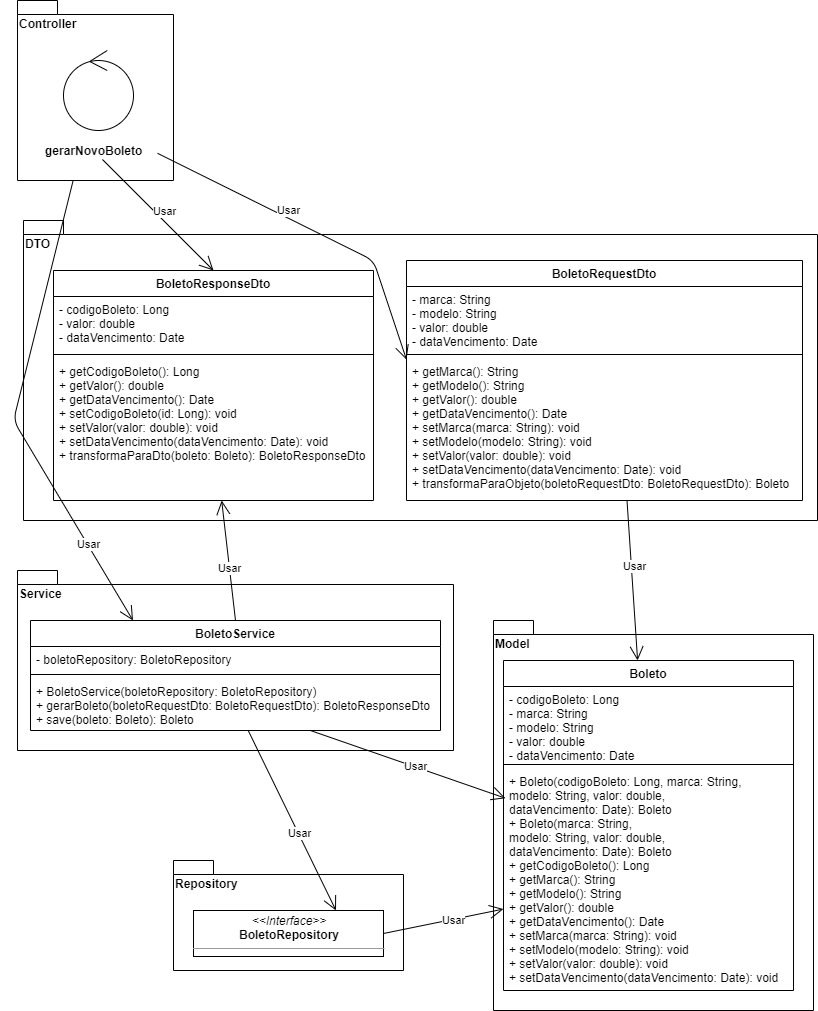
The draw.io diagram docs/diagrama_classes_boleto.png in GabrielFMagalhaes/sistema-automobilistico, before a commit. Source tidied: cells renumbered, new cells last; positions are measured from the earlier drawing's top-left corner, leaving out a move shared by most shapes. The source it was exported from:
```xml
<mxGraphModel>
  <root>
    <mxCell id="0" />
    <mxCell id="1" parent="0" />
    <mxCell id="2" value="Model" style="shape=folder;fontStyle=1;spacingTop=10;tabWidth=40;tabHeight=14;tabPosition=left;html=1;align=left;verticalAlign=top;" parent="1" vertex="1">
      <mxGeometry x="480" y="620" width="320" height="390" as="geometry" />
    </mxCell>
    <mxCell id="3" value="DTO&lt;br&gt;" style="shape=folder;fontStyle=1;spacingTop=10;tabWidth=40;tabHeight=14;tabPosition=left;html=1;align=left;verticalAlign=top;" parent="1" vertex="1">
      <mxGeometry x="10" y="220" width="794" height="300" as="geometry" />
    </mxCell>
    <mxCell id="4" value="Repository" style="shape=folder;fontStyle=1;spacingTop=10;tabWidth=40;tabHeight=14;tabPosition=left;html=1;align=left;verticalAlign=top;" parent="1" vertex="1">
      <mxGeometry x="160" y="860" width="230" height="110" as="geometry" />
    </mxCell>
    <mxCell id="5" value="&lt;p style=&quot;margin: 0px ; margin-top: 4px ; text-align: center&quot;&gt;&lt;i&gt;&amp;lt;&amp;lt;Interface&amp;gt;&amp;gt;&lt;/i&gt;&lt;br&gt;&lt;b&gt;BoletoRepository&lt;/b&gt;&lt;/p&gt;&lt;hr size=&quot;1&quot;&gt;&lt;p style=&quot;margin: 0px ; margin-left: 4px&quot;&gt;&lt;br&gt;&lt;/p&gt;" style="verticalAlign=top;align=left;overflow=fill;fontSize=12;fontFamily=Helvetica;html=1;" parent="1" vertex="1">
      <mxGeometry x="180" y="910" width="190" height="46" as="geometry" />
    </mxCell>
    <mxCell id="6" value="Service" style="shape=folder;fontStyle=1;spacingTop=10;tabWidth=40;tabHeight=14;tabPosition=left;html=1;align=left;verticalAlign=top;" parent="1" vertex="1">
      <mxGeometry x="4" y="570" width="436" height="180" as="geometry" />
    </mxCell>
    <mxCell id="7" value="Controller" style="shape=folder;fontStyle=1;spacingTop=10;tabWidth=40;tabHeight=14;tabPosition=left;html=1;align=left;verticalAlign=top;" parent="1" vertex="1">
      <mxGeometry x="4" width="156" height="180" as="geometry" />
    </mxCell>
    <mxCell id="8" style="endArrow=open;endFill=1;endSize=12;html=1;entryX=0.75;entryY=0;entryDx=0;entryDy=0;" parent="1" edge="1" source="39" target="5">
      <mxGeometry relative="1" as="geometry" />
    </mxCell>
    <mxCell id="9" value="Usar" style="edgeLabel;html=1;align=center;verticalAlign=middle;" parent="8" vertex="1">
      <mxGeometry x="0.14" y="1" relative="1" as="geometry" />
    </mxCell>
    <mxCell id="10" style="endArrow=open;endFill=1;endSize=12;html=1;exitX=1;exitY=0.5;exitDx=0;exitDy=0;" parent="1" edge="1" source="5" target="35">
      <mxGeometry relative="1" as="geometry" />
    </mxCell>
    <mxCell id="11" value="Usar" style="edgeLabel;html=1;align=center;verticalAlign=middle;" parent="10" vertex="1">
      <mxGeometry x="0.19" y="-1" relative="1" as="geometry">
        <mxPoint x="-1.2" y="0.5" as="offset" />
      </mxGeometry>
    </mxCell>
    <mxCell id="12" style="endArrow=open;endFill=1;endSize=12;html=1;entryX=0.007;entryY=0.134;entryDx=0;entryDy=0;entryPerimeter=0;" parent="1" edge="1" source="39" target="35">
      <mxGeometry relative="1" as="geometry" />
    </mxCell>
    <mxCell id="13" value="Usar" style="edgeLabel;html=1;align=center;verticalAlign=middle;" parent="12" vertex="1">
      <mxGeometry x="0.07" y="1" relative="1" as="geometry" />
    </mxCell>
    <mxCell id="14" value="gerarNovoBoleto" style="text;html=1;align=left;verticalAlign=middle;points=[];fontStyle=1;" parent="1" vertex="1">
      <mxGeometry x="30" y="140" width="110" height="20" as="geometry" />
    </mxCell>
    <mxCell id="15" style="ellipse;shape=umlControl;whiteSpace=wrap;html=1;align=left;" parent="1" vertex="1">
      <mxGeometry x="50" y="50" width="70" height="80" as="geometry" />
    </mxCell>
    <mxCell id="16" style="endArrow=open;endFill=1;endSize=12;html=1;exitX=0.557;exitY=1.006;exitDx=0;exitDy=0;exitPerimeter=0;" parent="1" edge="1" source="23" target="32">
      <mxGeometry relative="1" as="geometry" />
    </mxCell>
    <mxCell id="17" value="Usar" style="edgeLabel;html=1;align=center;verticalAlign=middle;" parent="16" vertex="1">
      <mxGeometry x="-0.18" y="3" relative="1" as="geometry" />
    </mxCell>
    <mxCell id="18" style="endArrow=open;endFill=1;endSize=12;html=1;exitX=1.037;exitY=0.641;exitDx=0;exitDy=0;exitPerimeter=0;entryX=0;entryY=0.008;entryDx=0;entryDy=0;entryPerimeter=0;" parent="1" edge="1" source="14" target="23">
      <mxGeometry relative="1" as="geometry">
        <Array as="points">
          <mxPoint x="360" y="260" />
        </Array>
      </mxGeometry>
    </mxCell>
    <mxCell id="19" value="Usar" style="edgeLabel;html=1;align=center;verticalAlign=middle;" parent="18" vertex="1">
      <mxGeometry x="0.11" y="-2" relative="1" as="geometry">
        <mxPoint x="-40" y="-29.9" as="offset" />
      </mxGeometry>
    </mxCell>
    <mxCell id="20" value="BoletoRequestDto" style="swimlane;fontStyle=1;align=center;verticalAlign=top;horizontal=1;startSize=26;" parent="1" vertex="1">
      <mxGeometry x="393" y="260" width="396" height="240" as="geometry" />
    </mxCell>
    <mxCell id="21" value="- marca: String&#10;- modelo: String&#10;- valor: double&#10;- dataVencimento: Date&#10;" style="text;strokeColor=none;fillColor=none;align=left;verticalAlign=top;spacingLeft=4;spacingRight=4;overflow=hidden;" parent="20" vertex="1">
      <mxGeometry y="26" width="396" height="64" as="geometry" />
    </mxCell>
    <mxCell id="22" style="line;strokeWidth=1;fillColor=none;align=left;verticalAlign=middle;spacingTop=-1;spacingLeft=3;spacingRight=3;labelPosition=right;" parent="20" vertex="1">
      <mxGeometry y="90" width="396" height="8" as="geometry" />
    </mxCell>
    <mxCell id="23" value="+ getMarca(): String&#10;+ getModelo(): String&#10;+ getValor(): double&#10;+ getDataVencimento(): Date&#10;+ setMarca(marca: String): void&#10;+ setModelo(modelo: String): void&#10;+ setValor(valor: double): void&#10;+ setDataVencimento(dataVencimento: Date): void&#10;+ transformaParaObjeto(boletoRequestDto: BoletoRequestDto): Boleto" style="text;strokeColor=none;fillColor=none;align=left;verticalAlign=top;spacingLeft=4;spacingRight=4;overflow=hidden;points=[[0,0.5],[1,0.5]];portConstraint=eastwest;" parent="20" vertex="1">
      <mxGeometry y="98" width="396" height="142" as="geometry" />
    </mxCell>
    <mxCell id="24" style="endArrow=open;endFill=1;endSize=12;html=1;exitX=0.536;exitY=0.95;exitDx=0;exitDy=0;exitPerimeter=0;entryX=0.5;entryY=0;entryDx=0;entryDy=0;" parent="1" edge="1" source="14" target="28">
      <mxGeometry relative="1" as="geometry" />
    </mxCell>
    <mxCell id="25" value="Usar" style="edgeLabel;html=1;align=center;verticalAlign=middle;" parent="24" vertex="1">
      <mxGeometry x="0.23" y="-1" relative="1" as="geometry">
        <mxPoint x="-6.7" y="-18" as="offset" />
      </mxGeometry>
    </mxCell>
    <mxCell id="26" style="endArrow=open;endFill=1;endSize=12;html=1;entryX=0.25;entryY=0;entryDx=0;entryDy=0;" parent="1" edge="1" source="7" target="36">
      <mxGeometry relative="1" as="geometry">
        <Array as="points">
          <mxPoint y="420" />
        </Array>
      </mxGeometry>
    </mxCell>
    <mxCell id="27" value="Usar" style="edgeLabel;html=1;align=center;verticalAlign=middle;" parent="26" vertex="1">
      <mxGeometry x="0.63" y="1" relative="1" as="geometry" />
    </mxCell>
    <mxCell id="28" value="BoletoResponseDto" style="swimlane;fontStyle=1;align=center;verticalAlign=top;horizontal=1;startSize=26;" parent="1" vertex="1">
      <mxGeometry x="40" y="270" width="320" height="230" as="geometry" />
    </mxCell>
    <mxCell id="29" value="- codigoBoleto: Long&#10;- valor: double&#10;- dataVencimento: Date&#10;" style="text;strokeColor=none;fillColor=none;align=left;verticalAlign=top;spacingLeft=4;spacingRight=4;overflow=hidden;" parent="28" vertex="1">
      <mxGeometry y="26" width="320" height="54" as="geometry" />
    </mxCell>
    <mxCell id="30" style="line;strokeWidth=1;fillColor=none;align=left;verticalAlign=middle;spacingTop=-1;spacingLeft=3;spacingRight=3;labelPosition=right;" parent="28" vertex="1">
      <mxGeometry y="80" width="320" height="8" as="geometry" />
    </mxCell>
    <mxCell id="31" value="+ getCodigoBoleto(): Long&#10;+ getValor(): double&#10;+ getDataVencimento(): Date&#10;+ setCodigoBoleto(id: Long): void&#10;+ setValor(valor: double): void&#10;+ setDataVencimento(dataVencimento: Date): void&#10;+ transformaParaDto(boleto: Boleto): BoletoResponseDto" style="text;strokeColor=none;fillColor=none;align=left;verticalAlign=top;spacingLeft=4;spacingRight=4;overflow=hidden;points=[[0,0.5],[1,0.5]];portConstraint=eastwest;" parent="28" vertex="1">
      <mxGeometry y="88" width="320" height="142" as="geometry" />
    </mxCell>
    <mxCell id="32" value="Boleto&#10;" style="swimlane;fontStyle=1;align=center;verticalAlign=top;horizontal=1;startSize=26;" parent="1" vertex="1">
      <mxGeometry x="490" y="660" width="290" height="330" as="geometry" />
    </mxCell>
    <mxCell id="33" value="- codigoBoleto: Long&#10;- marca: String&#10;- modelo: String&#10;- valor: double&#10;- dataVencimento: Date&#10;" style="text;strokeColor=none;fillColor=none;align=left;verticalAlign=top;spacingLeft=4;spacingRight=4;overflow=hidden;" parent="32" vertex="1">
      <mxGeometry y="26" width="290" height="74" as="geometry" />
    </mxCell>
    <mxCell id="34" style="line;strokeWidth=1;fillColor=none;align=left;verticalAlign=middle;spacingTop=-1;spacingLeft=3;spacingRight=3;labelPosition=right;" parent="32" vertex="1">
      <mxGeometry y="100" width="290" height="8" as="geometry" />
    </mxCell>
    <mxCell id="35" value="+ Boleto(codigoBoleto: Long, marca: String, &#10;modelo: String, valor: double, &#10;dataVencimento: Date): Boleto&#10;+ Boleto(marca: String, &#10;modelo: String, valor: double, &#10;dataVencimento: Date): Boleto&#10;+ getCodigoBoleto(): Long&#10;+ getMarca(): String&#10;+ getModelo(): String&#10;+ getValor(): double&#10;+ getDataVencimento(): Date&#10;+ setMarca(marca: String): void&#10;+ setModelo(modelo: String): void&#10;+ setValor(valor: double): void&#10;+ setDataVencimento(dataVencimento: Date): void&#10;" style="text;strokeColor=none;fillColor=none;align=left;verticalAlign=top;spacingLeft=4;spacingRight=4;overflow=hidden;points=[[0,0.5],[1,0.5]];portConstraint=eastwest;" parent="32" vertex="1">
      <mxGeometry y="108" width="290" height="222" as="geometry" />
    </mxCell>
    <mxCell id="36" value="BoletoService" style="swimlane;fontStyle=1;align=center;verticalAlign=top;horizontal=1;startSize=26;" parent="1" vertex="1">
      <mxGeometry x="17" y="620" width="410" height="110" as="geometry" />
    </mxCell>
    <mxCell id="37" value="- boletoRepository: BoletoRepository" style="text;strokeColor=none;fillColor=none;align=left;verticalAlign=top;spacingLeft=4;spacingRight=4;overflow=hidden;" parent="36" vertex="1">
      <mxGeometry y="26" width="410" height="24" as="geometry" />
    </mxCell>
    <mxCell id="38" style="line;strokeWidth=1;fillColor=none;align=left;verticalAlign=middle;spacingTop=-1;spacingLeft=3;spacingRight=3;labelPosition=right;" parent="36" vertex="1">
      <mxGeometry y="50" width="410" height="8" as="geometry" />
    </mxCell>
    <mxCell id="39" value="+ BoletoService(boletoRepository: BoletoRepository)&#10;+ gerarBoleto(boletoRequestDto: BoletoRequestDto): BoletoResponseDto &#10;+ save(boleto: Boleto): Boleto &#10;" style="text;strokeColor=none;fillColor=none;align=left;verticalAlign=top;spacingLeft=4;spacingRight=4;overflow=hidden;points=[[0,0.5],[1,0.5]];portConstraint=eastwest;" parent="36" vertex="1">
      <mxGeometry y="58" width="410" height="52" as="geometry" />
    </mxCell>
    <mxCell id="40" style="endArrow=open;endFill=1;endSize=12;html=1;exitX=0.5;exitY=0;exitDx=0;exitDy=0;" parent="1" edge="1" source="36" target="31">
      <mxGeometry relative="1" as="geometry" />
    </mxCell>
    <mxCell id="41" value="Usar" style="edgeLabel;html=1;align=center;verticalAlign=middle;" parent="40" vertex="1">
      <mxGeometry x="-0.13" relative="1" as="geometry" />
    </mxCell>
  </root>
</mxGraphModel>
```
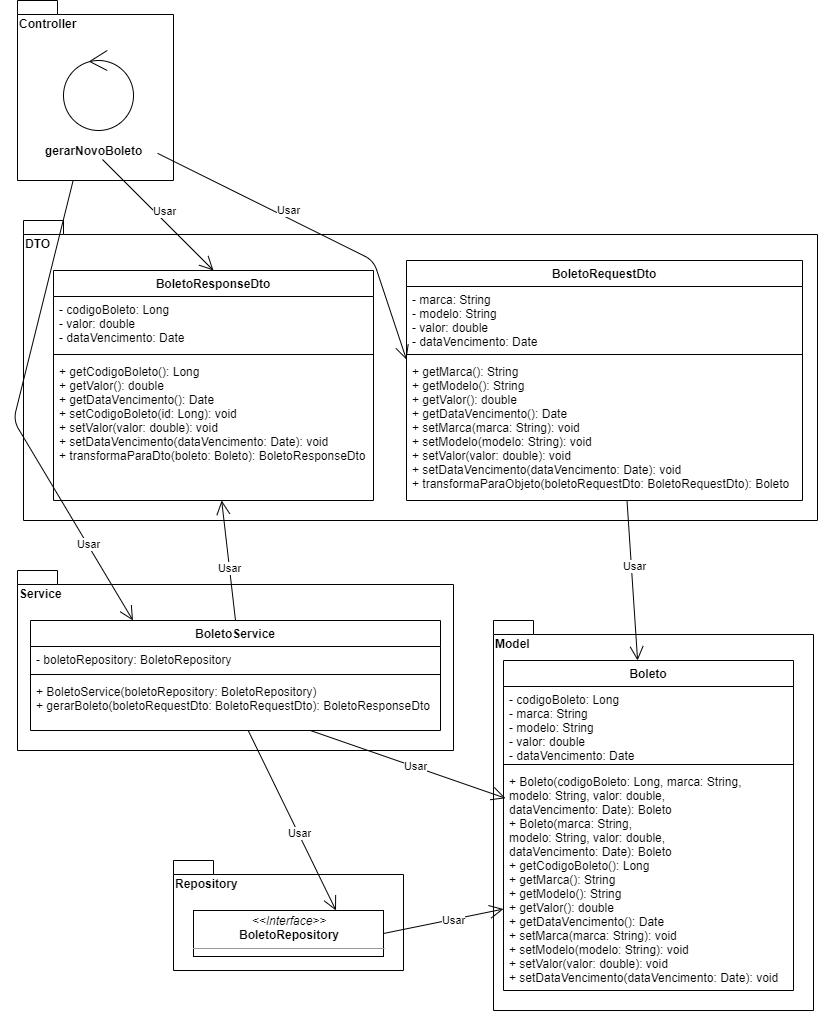
The same file after the commit.

Commit message:
classes diagrams updated

Diff of the diagram source:
```diff
@@ -127,7 +127,7 @@
     <mxCell id="38" style="line;strokeWidth=1;fillColor=none;align=left;verticalAlign=middle;spacingTop=-1;spacingLeft=3;spacingRight=3;labelPosition=right;" parent="36" vertex="1">
       <mxGeometry y="50" width="410" height="8" as="geometry" />
     </mxCell>
-    <mxCell id="39" value="+ BoletoService(boletoRepository: BoletoRepository)&#10;+ gerarBoleto(boletoRequestDto: BoletoRequestDto): BoletoResponseDto &#10;+ save(boleto: Boleto): Boleto &#10;" style="text;strokeColor=none;fillColor=none;align=left;verticalAlign=top;spacingLeft=4;spacingRight=4;overflow=hidden;points=[[0,0.5],[1,0.5]];portConstraint=eastwest;" parent="36" vertex="1">
+    <mxCell id="39" value="+ BoletoService(boletoRepository: BoletoRepository)&#10;+ gerarBoleto(boletoRequestDto: BoletoRequestDto): BoletoResponseDto &#10;" style="text;strokeColor=none;fillColor=none;align=left;verticalAlign=top;spacingLeft=4;spacingRight=4;overflow=hidden;points=[[0,0.5],[1,0.5]];portConstraint=eastwest;" parent="36" vertex="1">
       <mxGeometry y="58" width="410" height="52" as="geometry" />
     </mxCell>
     <mxCell id="40" style="endArrow=open;endFill=1;endSize=12;html=1;exitX=0.5;exitY=0;exitDx=0;exitDy=0;" parent="1" edge="1" source="36" target="31">
```
